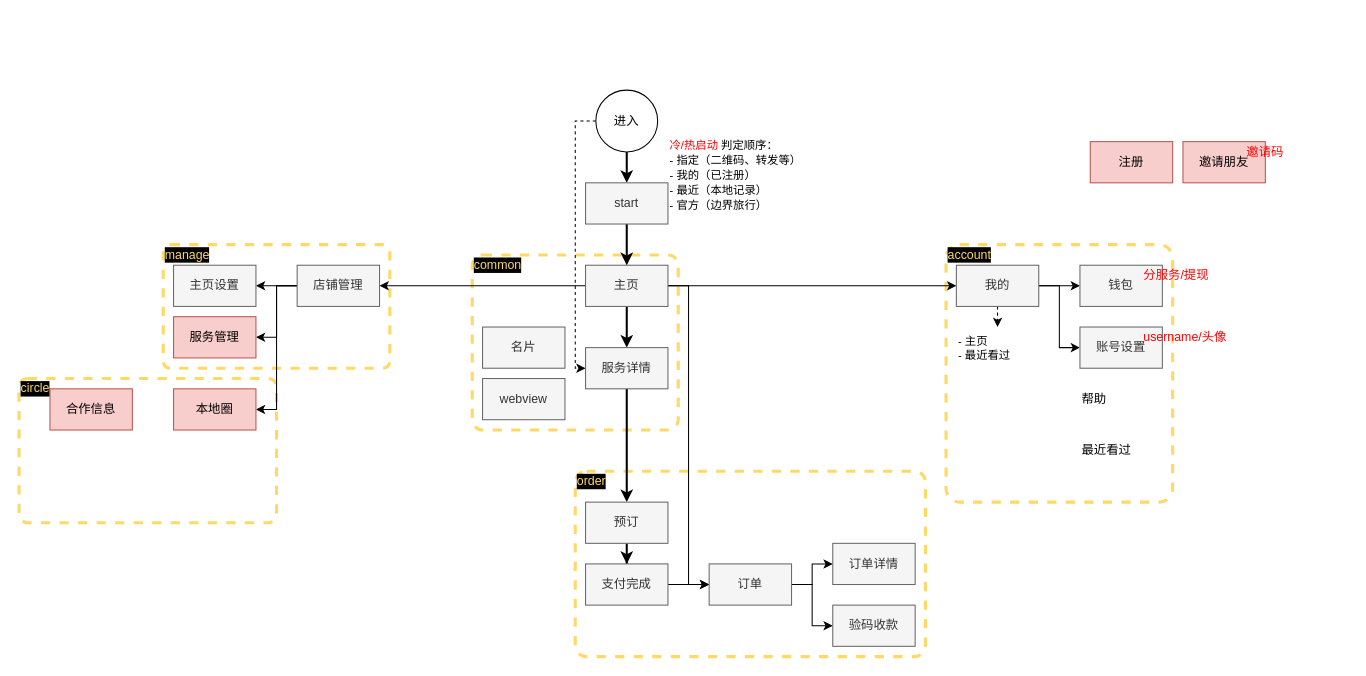
Earlier version of the draw.io diagram bluedge.drawio (sunkeyfong/flowcharts). Source tidied: cells renumbered, new cells numbered last; positions are measured from the earlier drawing's top-left corner, leaving out a move shared by most shapes. Both pictures are drawn from the tidied source at 103%, with x=0, y=0 at pixel (19, 90).
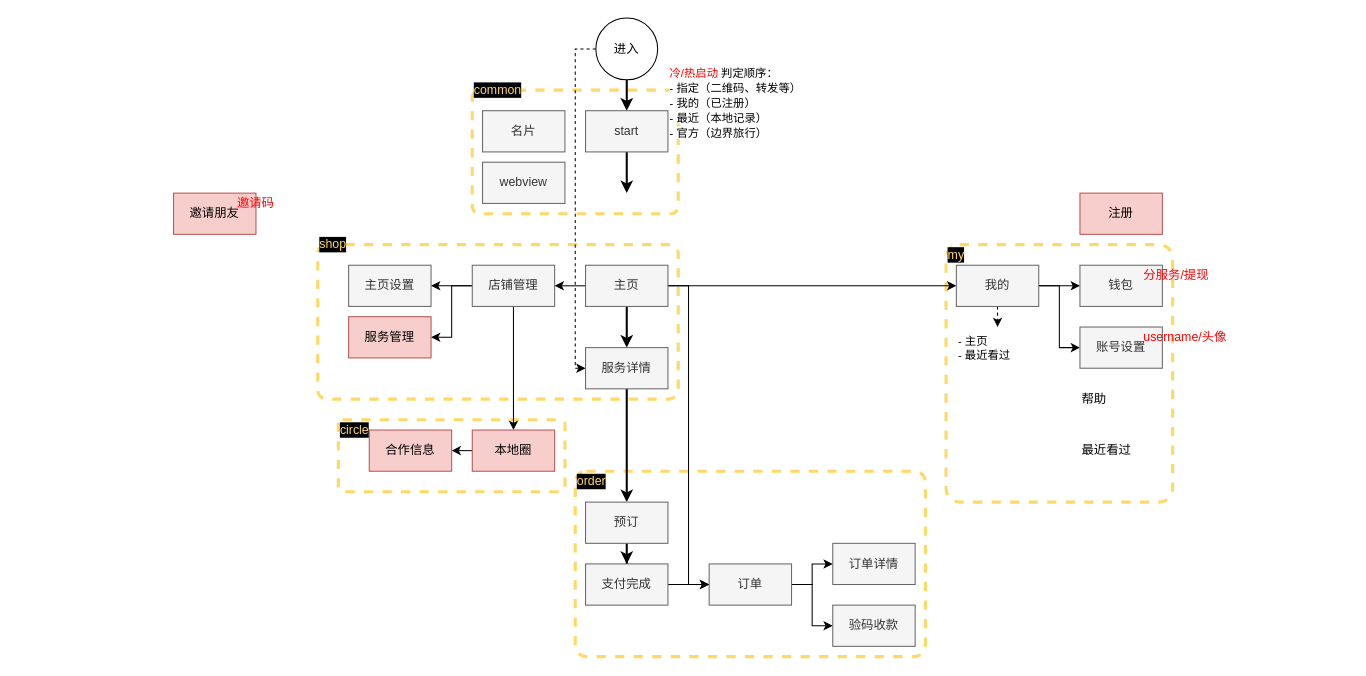
After the change.

Unchanged cells that the change refers to:
```xml
<mxCell id="14" value="主页" style="rounded=0;whiteSpace=wrap;html=1;fillColor=#f5f5f5;strokeColor=#666666;fontColor=#333333;" parent="1" vertex="1">
  <mxGeometry x="550" y="170" width="80" height="40" as="geometry" />
</mxCell>
```

Diff of the diagram source:
```diff
@@
+    <mxCell id="58" style="rounded=1;whiteSpace=wrap;html=1;fillColor=none;dashed=1;sketch=0;arcSize=6;strokeColor=#FFD966;strokeWidth=3;" parent="1" vertex="1">
+      <mxGeometry x="290" y="150" width="350" height="150" as="geometry" />
+    </mxCell>
     <mxCell id="2" style="rounded=1;whiteSpace=wrap;html=1;fillColor=none;dashed=1;sketch=0;arcSize=6;strokeColor=#FFD966;strokeWidth=3;" parent="1" vertex="1">
-      <mxGeometry y="280" width="250" height="140" as="geometry" />
+      <mxGeometry x="310" y="320" width="220" height="70" as="geometry" />
     </mxCell>
@@
-    <mxCell id="4" style="rounded=1;whiteSpace=wrap;html=1;fillColor=none;dashed=1;sketch=0;arcSize=6;strokeColor=#FFD966;strokeWidth=3;" parent="1" vertex="1">
-      <mxGeometry x="140" y="150" width="220" height="120" as="geometry" />
-    </mxCell>
     <mxCell id="5" style="rounded=1;whiteSpace=wrap;html=1;fillColor=none;dashed=1;sketch=0;arcSize=6;strokeColor=#FFD966;strokeWidth=3;" parent="1" vertex="1">
-      <mxGeometry x="440" y="160" width="200" height="170" as="geometry" />
+      <mxGeometry x="440" width="200" height="120" as="geometry" />
     </mxCell>
@@
     <mxCell id="9" value="进入" style="ellipse;whiteSpace=wrap;html=1;" parent="1" vertex="1">
-      <mxGeometry x="560" width="60" height="60" as="geometry" />
+      <mxGeometry x="560" y="-70" width="60" height="60" as="geometry" />
     </mxCell>
@@
     <mxCell id="15" value="&lt;span style=&quot;font-family: &amp;#34;helvetica&amp;#34; ; font-size: 11px ; font-style: normal ; font-weight: normal ; letter-spacing: normal ; text-align: center ; text-indent: 0px ; text-transform: none ; word-spacing: 0px ; background-color: rgb(255 , 255 , 255) ; text-decoration: none ; display: inline ; float: none&quot;&gt;&lt;font color=&quot;#ff0000&quot;&gt;冷/热启动&lt;/font&gt;&lt;/span&gt;&lt;span style=&quot;color: rgb(0 , 0 , 0) ; font-family: &amp;#34;helvetica&amp;#34; ; font-size: 11px ; font-style: normal ; font-weight: normal ; letter-spacing: normal ; text-align: center ; text-indent: 0px ; text-transform: none ; word-spacing: 0px ; background-color: rgb(255 , 255 , 255) ; text-decoration: none ; display: inline ; float: none&quot;&gt;&amp;nbsp;判定顺序：&lt;br&gt;- 指定（二维码、转发等）&lt;/span&gt;&lt;br style=&quot;color: rgb(0 , 0 , 0) ; font-family: &amp;#34;helvetica&amp;#34; ; font-size: 11px ; font-style: normal ; font-weight: normal ; letter-spacing: normal ; text-align: center ; text-indent: 0px ; text-transform: none ; word-spacing: 0px ; background-color: rgb(255 , 255 , 255) ; text-decoration: none&quot;&gt;&lt;span style=&quot;color: rgb(0 , 0 , 0) ; font-family: &amp;#34;helvetica&amp;#34; ; font-size: 11px ; font-style: normal ; font-weight: normal ; letter-spacing: normal ; text-align: center ; text-indent: 0px ; text-transform: none ; word-spacing: 0px ; background-color: rgb(255 , 255 , 255) ; text-decoration: none ; display: inline ; float: none&quot;&gt;- 我的（已注册）&lt;/span&gt;&lt;br style=&quot;color: rgb(0 , 0 , 0) ; font-family: &amp;#34;helvetica&amp;#34; ; font-size: 11px ; font-style: normal ; font-weight: normal ; letter-spacing: normal ; text-align: center ; text-indent: 0px ; text-transform: none ; word-spacing: 0px ; background-color: rgb(255 , 255 , 255) ; text-decoration: none&quot;&gt;&lt;span style=&quot;color: rgb(0 , 0 , 0) ; font-family: &amp;#34;helvetica&amp;#34; ; font-size: 11px ; font-style: normal ; font-weight: normal ; letter-spacing: normal ; text-align: center ; text-indent: 0px ; text-transform: none ; word-spacing: 0px ; background-color: rgb(255 , 255 , 255) ; text-decoration: none ; display: inline ; float: none&quot;&gt;- 最近（本地记录）&lt;/span&gt;&lt;br style=&quot;color: rgb(0 , 0 , 0) ; font-family: &amp;#34;helvetica&amp;#34; ; font-size: 11px ; font-style: normal ; font-weight: normal ; letter-spacing: normal ; text-align: center ; text-indent: 0px ; text-transform: none ; word-spacing: 0px ; background-color: rgb(255 , 255 , 255) ; text-decoration: none&quot;&gt;&lt;span style=&quot;color: rgb(0 , 0 , 0) ; font-family: &amp;#34;helvetica&amp;#34; ; font-size: 11px ; font-style: normal ; font-weight: normal ; letter-spacing: normal ; text-align: center ; text-indent: 0px ; text-transform: none ; word-spacing: 0px ; background-color: rgb(255 , 255 , 255) ; text-decoration: none ; display: inline ; float: none&quot;&gt;- 官方（边界旅行）&lt;/span&gt;" style="text;whiteSpace=wrap;html=1;" parent="1" vertex="1">
-      <mxGeometry x="630" y="40" width="150" height="70" as="geometry" />
+      <mxGeometry x="630" y="-30" width="150" height="70" as="geometry" />
     </mxCell>
@@
-    <mxCell id="32" style="edgeStyle=orthogonalEdgeStyle;rounded=0;jettySize=auto;html=1;exitX=0;exitY=0.5;exitDx=0;exitDy=0;entryX=1;entryY=0.5;entryDx=0;entryDy=0;fontColor=#000000;" parent="1" edge="1" source="33" target="39">
+    <mxCell id="32" style="edgeStyle=orthogonalEdgeStyle;rounded=0;jettySize=auto;html=1;exitX=0.5;exitY=1;exitDx=0;exitDy=0;entryX=0.5;entryY=0;entryDx=0;entryDy=0;" parent="1" edge="1" source="33" target="39">
       <mxGeometry relative="1" as="geometry" />
     </mxCell>
     <mxCell id="33" value="店铺管理" style="rounded=0;whiteSpace=wrap;html=1;fillColor=#f5f5f5;strokeColor=#666666;fontColor=#333333;" parent="1" vertex="1">
-      <mxGeometry x="270" y="170" width="80" height="40" as="geometry" />
+      <mxGeometry x="440" y="170" width="80" height="40" as="geometry" />
     </mxCell>
     <mxCell id="34" value="服务管理" style="rounded=0;whiteSpace=wrap;html=1;fillColor=#f8cecc;strokeColor=#b85450;" parent="1" vertex="1">
-      <mxGeometry x="150" y="220" width="80" height="40" as="geometry" />
+      <mxGeometry x="320" y="220" width="80" height="40" as="geometry" />
     </mxCell>
@@
     <mxCell id="38" value="主页设置" style="rounded=0;whiteSpace=wrap;html=1;fillColor=#f5f5f5;strokeColor=#666666;fontColor=#333333;" parent="1" vertex="1">
-      <mxGeometry x="150" y="170" width="80" height="40" as="geometry" />
+      <mxGeometry x="320" y="170" width="80" height="40" as="geometry" />
     </mxCell>
+    <mxCell id="59" style="edgeStyle=orthogonalEdgeStyle;rounded=0;jettySize=auto;html=1;exitX=0;exitY=0.5;exitDx=0;exitDy=0;entryX=1;entryY=0.5;entryDx=0;entryDy=0;" parent="1" edge="1" source="39" target="43">
+      <mxGeometry relative="1" as="geometry" />
+    </mxCell>
     <mxCell id="39" value="本地圈" style="rounded=0;whiteSpace=wrap;html=1;fillColor=#f8cecc;strokeColor=#b85450;" parent="1" vertex="1">
-      <mxGeometry x="150" y="290" width="80" height="40" as="geometry" />
+      <mxGeometry x="440" y="330" width="80" height="40" as="geometry" />
     </mxCell>
     <mxCell id="40" value="邀请朋友" style="rounded=0;whiteSpace=wrap;html=1;glass=0;shadow=0;fillColor=#f8cecc;strokeColor=#b85450;" parent="1" vertex="1">
-      <mxGeometry x="1130" y="50" width="80" height="40" as="geometry" />
+      <mxGeometry x="150" y="100" width="80" height="40" as="geometry" />
     </mxCell>
@@
     <mxCell id="42" value="名片" style="rounded=0;whiteSpace=wrap;html=1;fillColor=#f5f5f5;strokeColor=#666666;fontColor=#333333;" parent="1" vertex="1">
-      <mxGeometry x="450" y="230" width="80" height="40" as="geometry" />
+      <mxGeometry x="450" y="20" width="80" height="40" as="geometry" />
     </mxCell>
     <mxCell id="43" value="合作信息" style="rounded=0;whiteSpace=wrap;html=1;fillColor=#f8cecc;strokeColor=#b85450;" parent="1" vertex="1">
-      <mxGeometry x="30" y="290" width="80" height="40" as="geometry" />
+      <mxGeometry x="340" y="330" width="80" height="40" as="geometry" />
     </mxCell>
@@
     <mxCell id="46" value="邀请码" style="text;html=1;strokeColor=none;fillColor=none;align=left;verticalAlign=middle;whiteSpace=wrap;rounded=0;dashed=1;sketch=0;fontColor=#FF0000;" parent="1" vertex="1">
-      <mxGeometry x="1190" y="50" width="100" height="20" as="geometry" />
+      <mxGeometry x="210" y="100" width="100" height="20" as="geometry" />
     </mxCell>
     <mxCell id="47" value="注册" style="rounded=0;whiteSpace=wrap;html=1;fillColor=#f8cecc;strokeColor=#b85450;" parent="1" vertex="1">
-      <mxGeometry x="1040" y="50" width="80" height="40" as="geometry" />
+      <mxGeometry x="1030" y="100" width="80" height="40" as="geometry" />
     </mxCell>
     <mxCell id="48" value="webview" style="rounded=0;whiteSpace=wrap;html=1;fillColor=#f5f5f5;strokeColor=#666666;fontColor=#333333;" parent="1" vertex="1">
-      <mxGeometry x="450" y="280" width="80" height="40" as="geometry" />
+      <mxGeometry x="450" y="70" width="80" height="40" as="geometry" />
     </mxCell>
-    <mxCell id="49" style="edgeStyle=orthogonalEdgeStyle;rounded=0;jettySize=auto;html=1;strokeColor=#000000;strokeWidth=2;fontColor=#FF0000;" parent="1" edge="1" source="50" target="14">
-      <mxGeometry relative="1" as="geometry" />
+    <mxCell id="49" style="edgeStyle=orthogonalEdgeStyle;rounded=0;jettySize=auto;html=1;strokeColor=#000000;strokeWidth=2;fontColor=#FF0000;" parent="1" edge="1" source="50">
+      <mxGeometry relative="1" as="geometry">
+        <mxPoint x="590" y="100" as="targetPoint" />
+      </mxGeometry>
     </mxCell>
     <mxCell id="50" value="start" style="rounded=0;whiteSpace=wrap;html=1;fillColor=#f5f5f5;strokeColor=#666666;fontColor=#333333;" parent="1" vertex="1">
-      <mxGeometry x="550" y="90" width="80" height="40" as="geometry" />
+      <mxGeometry x="550" y="20" width="80" height="40" as="geometry" />
     </mxCell>
     <mxCell id="51" value="common" style="text;html=1;strokeColor=none;fillColor=none;align=left;verticalAlign=middle;whiteSpace=wrap;rounded=0;dashed=1;sketch=0;fontColor=#FFD966;labelBackgroundColor=#000000;" parent="1" vertex="1">
-      <mxGeometry x="440" y="160" width="100" height="20" as="geometry" />
+      <mxGeometry x="440" y="-10" width="100" height="20" as="geometry" />
     </mxCell>
-    <mxCell id="52" value="account" style="text;html=1;strokeColor=none;fillColor=none;align=left;verticalAlign=middle;whiteSpace=wrap;rounded=0;dashed=1;sketch=0;fontColor=#FFD966;labelBackgroundColor=#000000;" parent="1" vertex="1">
+    <mxCell id="52" value="my" style="text;html=1;strokeColor=none;fillColor=none;align=left;verticalAlign=middle;whiteSpace=wrap;rounded=0;dashed=1;sketch=0;fontColor=#FFD966;labelBackgroundColor=#000000;" parent="1" vertex="1">
       <mxGeometry x="900" y="150" width="100" height="20" as="geometry" />
     </mxCell>
-    <mxCell id="53" value="manage" style="text;html=1;strokeColor=none;fillColor=none;align=left;verticalAlign=middle;whiteSpace=wrap;rounded=0;dashed=1;sketch=0;fontColor=#FFD966;labelBackgroundColor=#000000;" parent="1" vertex="1">
-      <mxGeometry x="140" y="150" width="100" height="20" as="geometry" />
-    </mxCell>
@@
     <mxCell id="55" value="circle" style="text;html=1;strokeColor=none;fillColor=none;align=left;verticalAlign=middle;whiteSpace=wrap;rounded=0;dashed=1;sketch=0;fontColor=#FFD966;labelBackgroundColor=#000000;" parent="1" vertex="1">
-      <mxGeometry y="280" width="100" height="20" as="geometry" />
+      <mxGeometry x="310" y="320" width="100" height="20" as="geometry" />
     </mxCell>
@@
+    <mxCell id="60" value="shop" style="text;html=1;strokeColor=none;fillColor=none;align=left;verticalAlign=middle;whiteSpace=wrap;rounded=0;dashed=1;sketch=0;fontColor=#FFD966;labelBackgroundColor=#000000;" parent="1" vertex="1">
+      <mxGeometry x="290" y="140" width="100" height="20" as="geometry" />
+    </mxCell>
```
